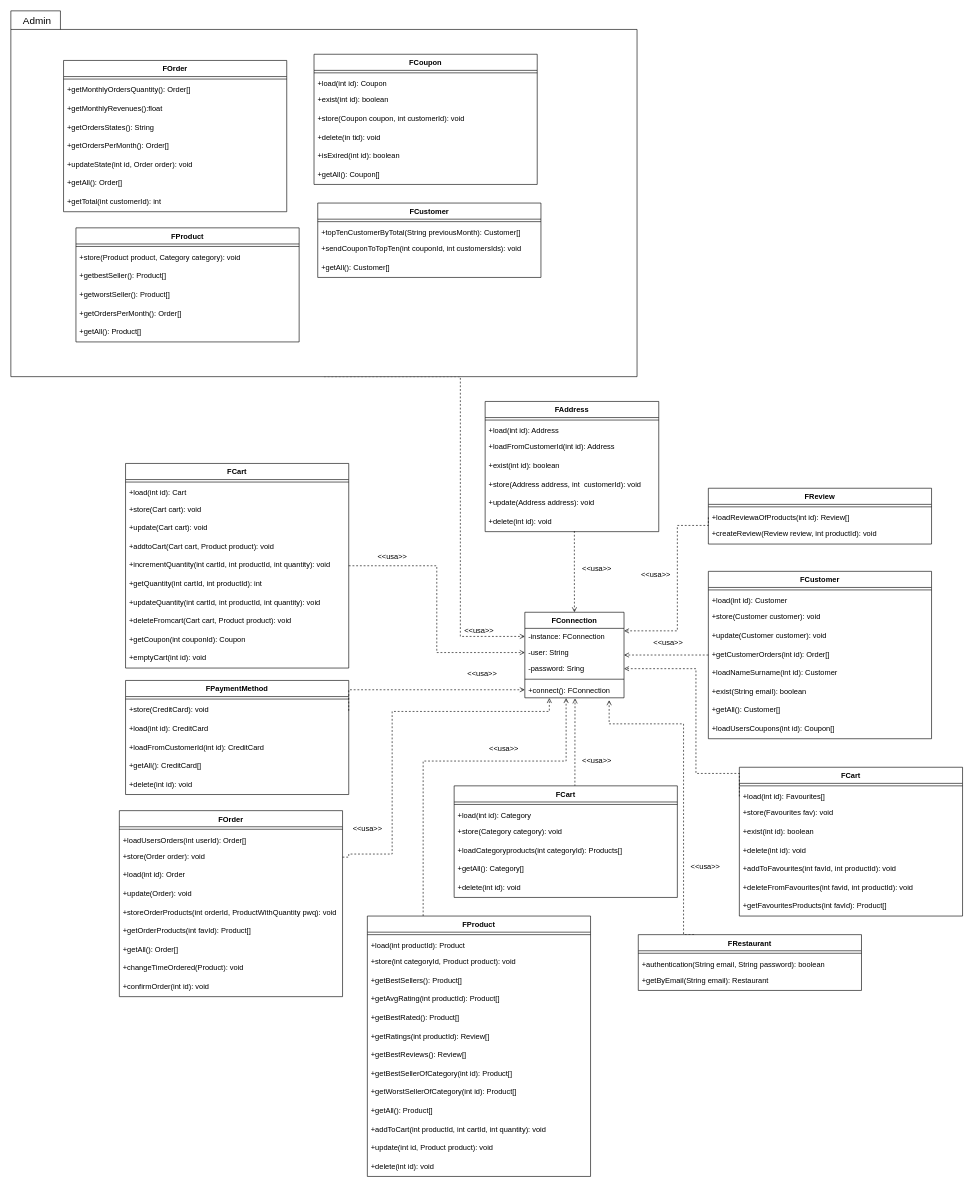
Earlier version of the draw.io diagram documentazione/Diagrammi/classD_Foundation.drawio (Flacaro/TasteIt). Source tidied: cells renumbered, new cells numbered last; positions are measured from the earlier drawing's top-left corner, leaving out a move shared by most shapes. Both pictures are drawn from the tidied source at 62%, with x=0, y=0 at pixel (11, 11).
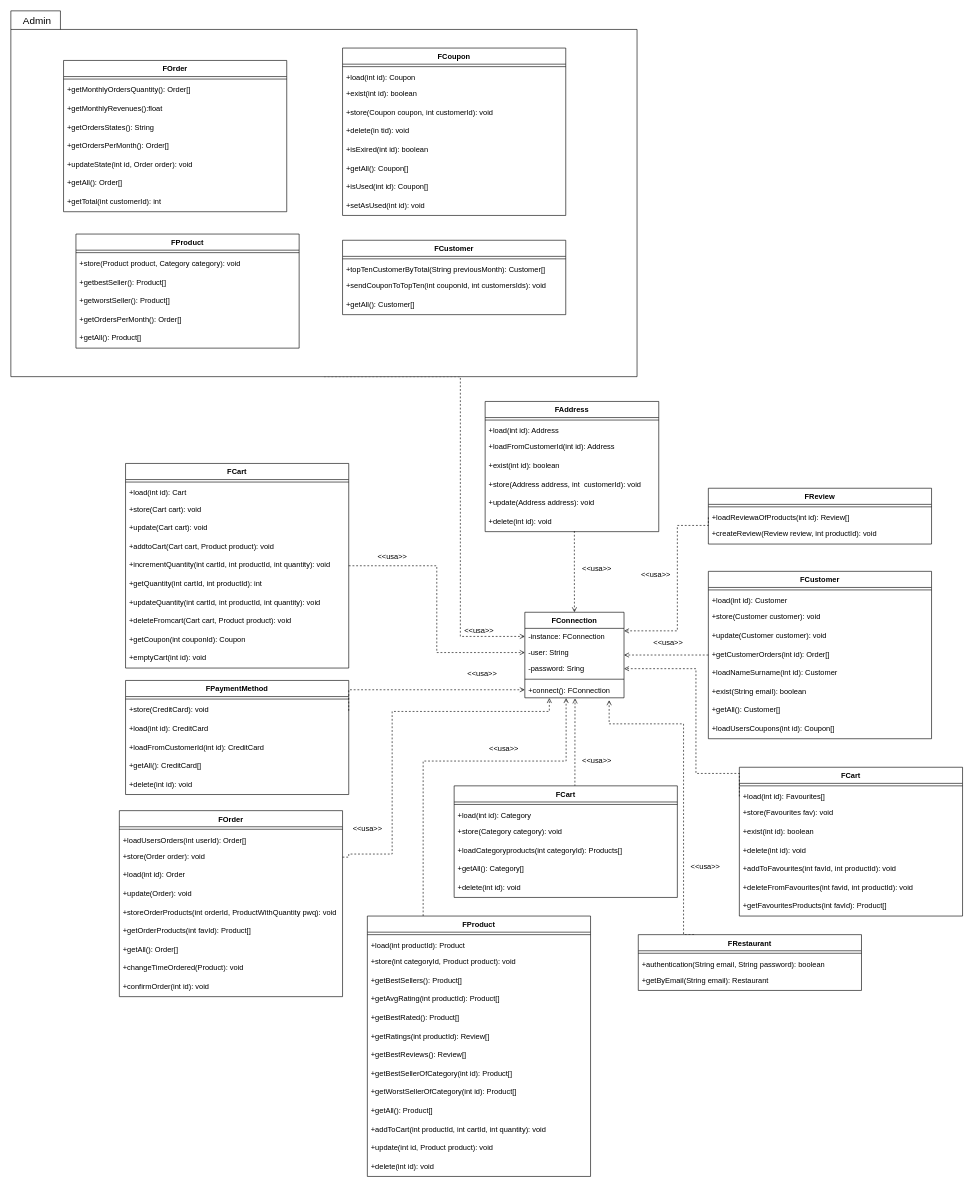
After the change.

Commit message:
modificato classD del foundation

Change to the diagram source:
```diff
@@
     <mxCell id="108" value="FCoupon" style="swimlane;fontStyle=1;align=center;verticalAlign=top;horizontal=1;startSize=26;" parent="1" vertex="1">
-      <mxGeometry x="489" y="70" width="360" height="210" as="geometry" />
+      <mxGeometry x="535" y="60" width="360" height="270" as="geometry" />
     </mxCell>
@@
+    <mxCell id="147" value="+isUsed(int id): Coupon[]" style="text;strokeColor=none;fillColor=none;align=left;verticalAlign=top;spacingLeft=4;spacingRight=4;overflow=hidden;" parent="108" vertex="1">
+      <mxGeometry y="210" width="360" height="30" as="geometry" />
+    </mxCell>
+    <mxCell id="148" value="+setAsUsed(int id): void" style="text;strokeColor=none;fillColor=none;align=left;verticalAlign=top;spacingLeft=4;spacingRight=4;overflow=hidden;" parent="108" vertex="1">
+      <mxGeometry y="240" width="360" height="30" as="geometry" />
+    </mxCell>
     <mxCell id="116" value="FCustomer" style="swimlane;fontStyle=1;align=center;verticalAlign=top;horizontal=1;startSize=26;" parent="1" vertex="1">
-      <mxGeometry x="495" y="310" width="360" height="120" as="geometry" />
+      <mxGeometry x="535" y="370" width="360" height="120" as="geometry" />
     </mxCell>
@@
     <mxCell id="130" value="FProduct" style="swimlane;fontStyle=1;align=center;verticalAlign=top;horizontal=1;startSize=26;" parent="1" vertex="1">
-      <mxGeometry x="105" y="350" width="360" height="184" as="geometry" />
+      <mxGeometry x="105" y="360" width="360" height="184" as="geometry" />
     </mxCell>
```
